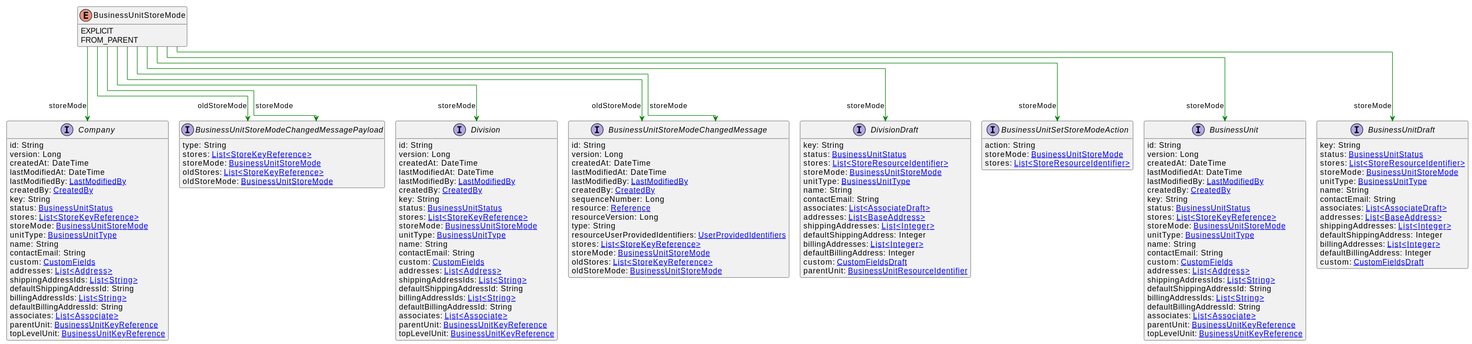
The PlantUML diagram uml/api/svg/BusinessUnitStoreMode.svg in commercetools/commercetools-api-reference, before a commit.
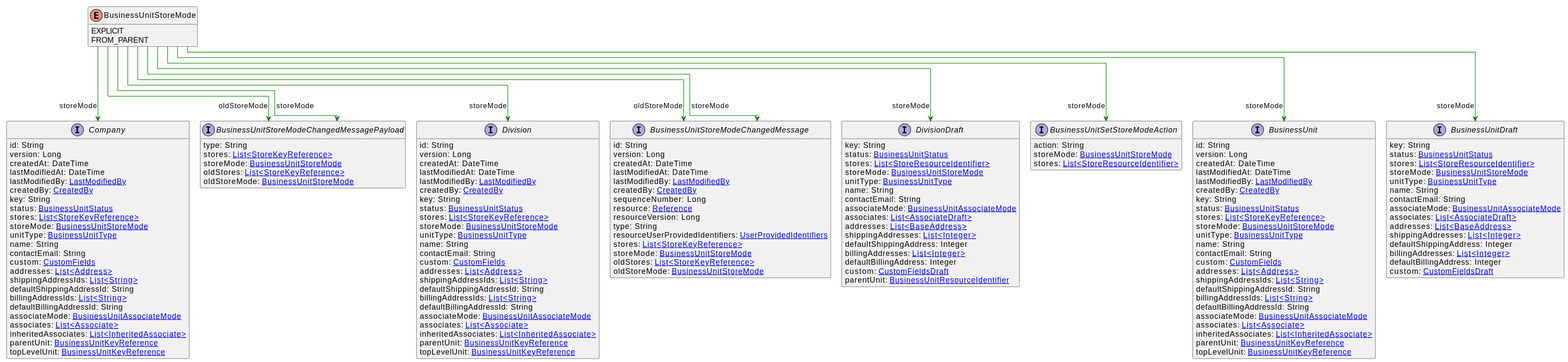
Above is the later version.

What changed in the source:
```diff
@@ -25,7 +25,9 @@
     defaultShippingAddressId: String
     billingAddressIds: [[String.svg List<String>]]
     defaultBillingAddressId: String
+    associateMode: [[BusinessUnitAssociateMode.svg BusinessUnitAssociateMode]]
     associates: [[Associate.svg List<Associate>]]
+    inheritedAssociates: [[InheritedAssociate.svg List<InheritedAssociate>]]
     parentUnit: [[BusinessUnitKeyReference.svg BusinessUnitKeyReference]]
     topLevelUnit: [[BusinessUnitKeyReference.svg BusinessUnitKeyReference]]
 }
@@ -37,6 +39,7 @@
     unitType: [[BusinessUnitType.svg BusinessUnitType]]
     name: String
     contactEmail: String
+    associateMode: [[BusinessUnitAssociateMode.svg BusinessUnitAssociateMode]]
     associates: [[AssociateDraft.svg List<AssociateDraft>]]
     addresses: [[BaseAddress.svg List<BaseAddress>]]
     shippingAddresses: [[Integer.svg List<Integer>]]
@@ -65,7 +68,9 @@
     defaultShippingAddressId: String
     billingAddressIds: [[String.svg List<String>]]
     defaultBillingAddressId: String
+    associateMode: [[BusinessUnitAssociateMode.svg BusinessUnitAssociateMode]]
     associates: [[Associate.svg List<Associate>]]
+    inheritedAssociates: [[InheritedAssociate.svg List<InheritedAssociate>]]
     parentUnit: [[BusinessUnitKeyReference.svg BusinessUnitKeyReference]]
     topLevelUnit: [[BusinessUnitKeyReference.svg BusinessUnitKeyReference]]
 }
@@ -89,7 +94,9 @@
     defaultShippingAddressId: String
     billingAddressIds: [[String.svg List<String>]]
     defaultBillingAddressId: String
+    associateMode: [[BusinessUnitAssociateMode.svg BusinessUnitAssociateMode]]
     associates: [[Associate.svg List<Associate>]]
+    inheritedAssociates: [[InheritedAssociate.svg List<InheritedAssociate>]]
     parentUnit: [[BusinessUnitKeyReference.svg BusinessUnitKeyReference]]
     topLevelUnit: [[BusinessUnitKeyReference.svg BusinessUnitKeyReference]]
 }
@@ -101,6 +108,7 @@
     unitType: [[BusinessUnitType.svg BusinessUnitType]]
     name: String
     contactEmail: String
+    associateMode: [[BusinessUnitAssociateMode.svg BusinessUnitAssociateMode]]
     associates: [[AssociateDraft.svg List<AssociateDraft>]]
     addresses: [[BaseAddress.svg List<BaseAddress>]]
     shippingAddresses: [[Integer.svg List<Integer>]]
```
